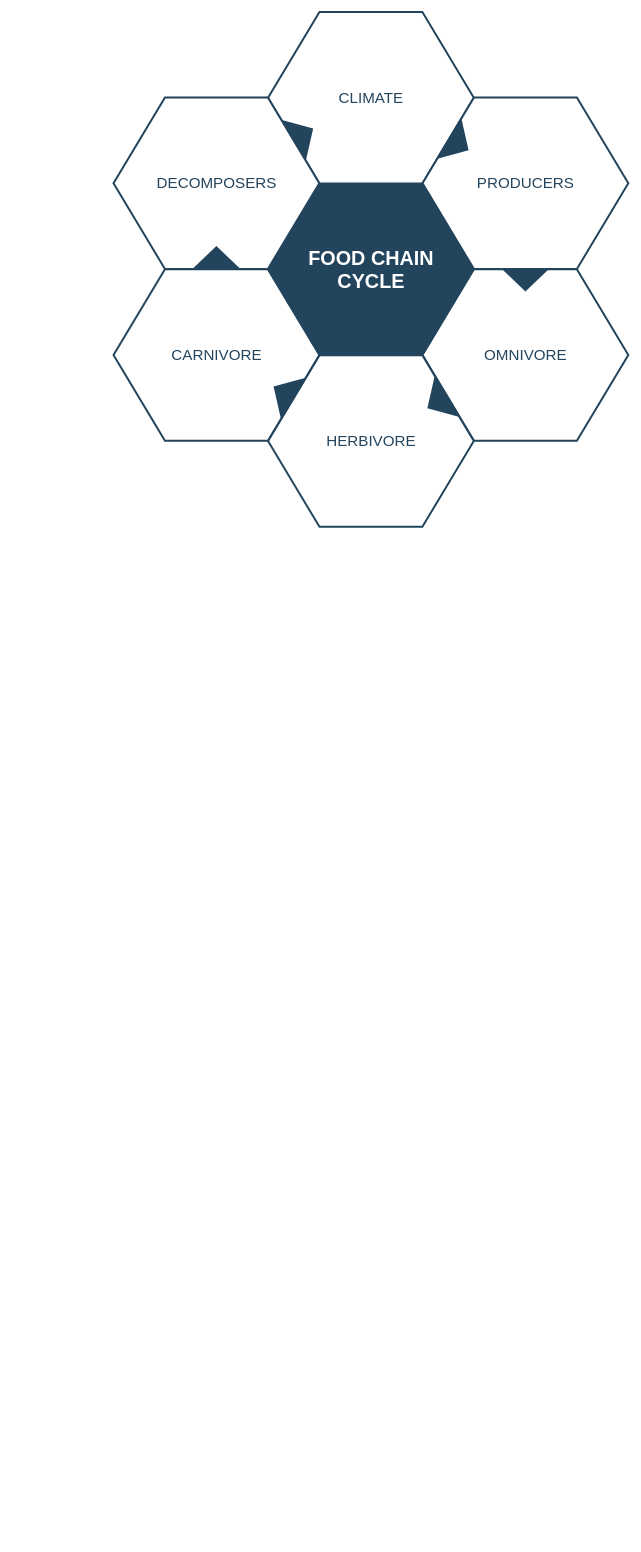
mumu-code/Spring2022_HITCS_SC_Lab2 keeps this draw.io diagram as 未命名绘图.drawio. Above is the earlier version. Source tidied: cells renumbered, new cells numbered last; positions are measured from the earlier drawing's top-left corner, leaving out a move shared by most shapes. Both pictures are drawn from the tidied source at 66%, with x=0, y=0 at pixel (113, 12).
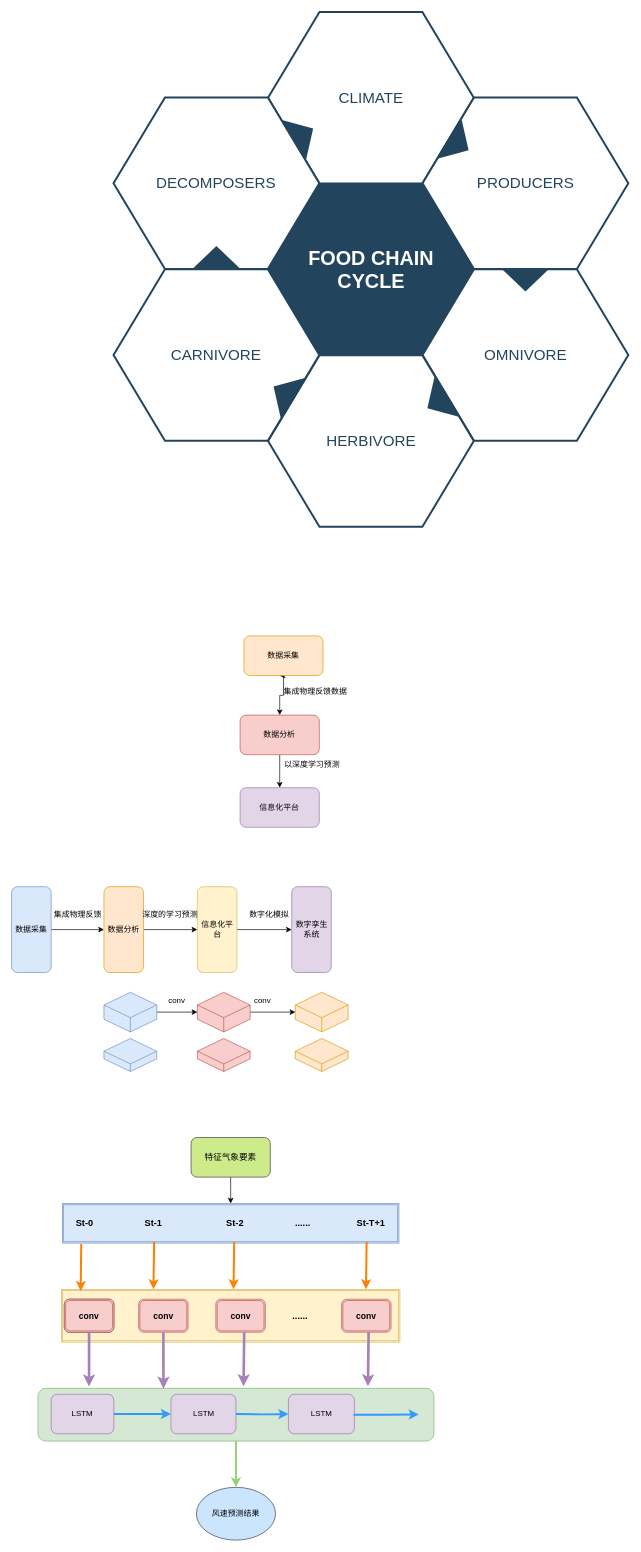
The same diagram, later.

What changed in the source:
```diff
@@
+    <mxCell id="16" style="edgeStyle=orthogonalEdgeStyle;rounded=0;jettySize=auto;html=1;" parent="1" edge="1" source="18" target="20">
+      <mxGeometry relative="1" as="geometry" />
+    </mxCell>
+    <mxCell id="17" style="edgeStyle=orthogonalEdgeStyle;rounded=0;jettySize=auto;html=1;exitX=0.5;exitY=1;exitDx=0;exitDy=0;" parent="1" edge="1" source="18">
+      <mxGeometry relative="1" as="geometry">
+        <mxPoint x="252" y="1005" as="targetPoint" />
+      </mxGeometry>
+    </mxCell>
+    <mxCell id="18" value="数据采集" style="rounded=1;whiteSpace=wrap;html=1;fillColor=#ffe6cc;strokeColor=#d79b00;" parent="1" vertex="1">
+      <mxGeometry x="198" y="945" width="120" height="60" as="geometry" />
+    </mxCell>
+    <mxCell id="19" style="edgeStyle=orthogonalEdgeStyle;rounded=0;jettySize=auto;html=1;" parent="1" edge="1" source="20" target="21">
+      <mxGeometry relative="1" as="geometry" />
+    </mxCell>
+    <mxCell id="20" value="数据分析" style="rounded=1;whiteSpace=wrap;html=1;fillColor=#f8cecc;strokeColor=#b85450;" parent="1" vertex="1">
+      <mxGeometry x="192.3" y="1065" width="120" height="60" as="geometry" />
+    </mxCell>
+    <mxCell id="21" value="信息化平台" style="rounded=1;whiteSpace=wrap;html=1;fillColor=#e1d5e7;strokeColor=#9673a6;" parent="1" vertex="1">
+      <mxGeometry x="192.3" y="1175" width="120" height="60" as="geometry" />
+    </mxCell>
+    <mxCell id="22" value="集成物理反馈数据" style="text;html=1;align=center;verticalAlign=middle;strokeColor=none;fillColor=none;" parent="1" vertex="1">
+      <mxGeometry x="246" y="1015" width="120" height="30" as="geometry" />
+    </mxCell>
+    <mxCell id="23" value="以深度学习预测" style="text;html=1;align=center;verticalAlign=middle;strokeColor=none;fillColor=none;" parent="1" vertex="1">
+      <mxGeometry x="246" y="1125" width="110" height="30" as="geometry" />
+    </mxCell>
+    <mxCell id="24" style="edgeStyle=orthogonalEdgeStyle;rounded=0;jettySize=auto;html=1;" parent="1" edge="1" source="25" target="27">
+      <mxGeometry relative="1" as="geometry" />
+    </mxCell>
+    <mxCell id="25" value="数据采集" style="rounded=1;whiteSpace=wrap;html=1;fillColor=#dae8fc;strokeColor=#6c8ebf;" parent="1" vertex="1">
+      <mxGeometry x="-154" y="1325" width="60" height="130" as="geometry" />
+    </mxCell>
+    <mxCell id="26" style="edgeStyle=orthogonalEdgeStyle;rounded=0;jettySize=auto;html=1;" parent="1" edge="1" source="27" target="29">
+      <mxGeometry relative="1" as="geometry" />
+    </mxCell>
+    <mxCell id="27" value="数据分析" style="rounded=1;whiteSpace=wrap;html=1;fillColor=#ffe6cc;strokeColor=#d79b00;" parent="1" vertex="1">
+      <mxGeometry x="-14" y="1325" width="60" height="130" as="geometry" />
+    </mxCell>
+    <mxCell id="28" style="edgeStyle=orthogonalEdgeStyle;rounded=0;jettySize=auto;html=1;" parent="1" edge="1" source="29" target="30">
+      <mxGeometry relative="1" as="geometry" />
+    </mxCell>
+    <mxCell id="29" value="信息化平台" style="rounded=1;whiteSpace=wrap;html=1;fillColor=#fff2cc;strokeColor=#d6b656;" parent="1" vertex="1">
+      <mxGeometry x="127.5" y="1325" width="60" height="130" as="geometry" />
+    </mxCell>
+    <mxCell id="30" value="数字孪生系统" style="rounded=1;whiteSpace=wrap;html=1;fillColor=#e1d5e7;strokeColor=#9673a6;" parent="1" vertex="1">
+      <mxGeometry x="270.5" y="1325" width="60" height="130" as="geometry" />
+    </mxCell>
+    <mxCell id="31" value="集成物理反馈" style="text;html=1;align=center;verticalAlign=middle;strokeColor=none;fillColor=none;" parent="1" vertex="1">
+      <mxGeometry x="-104" y="1353" width="100" height="30" as="geometry" />
+    </mxCell>
+    <mxCell id="32" value="深度的学习预测" style="text;html=1;align=center;verticalAlign=middle;strokeColor=none;fillColor=none;" parent="1" vertex="1">
+      <mxGeometry x="31" y="1353" width="110" height="30" as="geometry" />
+    </mxCell>
+    <mxCell id="33" value="数字化模拟" style="text;html=1;align=center;verticalAlign=middle;strokeColor=none;fillColor=none;" parent="1" vertex="1">
+      <mxGeometry x="196" y="1353" width="80" height="30" as="geometry" />
+    </mxCell>
+    <mxCell id="34" style="edgeStyle=orthogonalEdgeStyle;rounded=0;jettySize=auto;html=1;" parent="1" edge="1" source="35" target="38">
+      <mxGeometry relative="1" as="geometry" />
+    </mxCell>
+    <mxCell id="35" style="html=1;whiteSpace=wrap;shape=isoCube2;backgroundOutline=1;isoAngle=15;fillColor=#dae8fc;strokeColor=#6c8ebf;" parent="1" vertex="1">
+      <mxGeometry x="-14" y="1485" width="80" height="60" as="geometry" />
+    </mxCell>
+    <mxCell id="36" style="html=1;whiteSpace=wrap;shape=isoCube2;backgroundOutline=1;isoAngle=15;fillColor=#dae8fc;strokeColor=#6c8ebf;" parent="1" vertex="1">
+      <mxGeometry x="-14" y="1555" width="80" height="50" as="geometry" />
+    </mxCell>
+    <mxCell id="37" style="edgeStyle=orthogonalEdgeStyle;rounded=0;jettySize=auto;html=1;" parent="1" edge="1" source="38" target="40">
+      <mxGeometry relative="1" as="geometry" />
+    </mxCell>
+    <mxCell id="38" style="html=1;whiteSpace=wrap;shape=isoCube2;backgroundOutline=1;isoAngle=15;fillColor=#f8cecc;strokeColor=#b85450;" parent="1" vertex="1">
+      <mxGeometry x="127.5" y="1485" width="80" height="60" as="geometry" />
+    </mxCell>
+    <mxCell id="39" style="html=1;whiteSpace=wrap;shape=isoCube2;backgroundOutline=1;isoAngle=15;fillColor=#f8cecc;strokeColor=#b85450;" parent="1" vertex="1">
+      <mxGeometry x="127.5" y="1555" width="80" height="50" as="geometry" />
+    </mxCell>
+    <mxCell id="40" style="html=1;whiteSpace=wrap;shape=isoCube2;backgroundOutline=1;isoAngle=15;fillColor=#ffe6cc;strokeColor=#d79b00;" parent="1" vertex="1">
+      <mxGeometry x="276" y="1485" width="80" height="60" as="geometry" />
+    </mxCell>
+    <mxCell id="41" style="html=1;whiteSpace=wrap;shape=isoCube2;backgroundOutline=1;isoAngle=15;fillColor=#ffe6cc;strokeColor=#d79b00;" parent="1" vertex="1">
+      <mxGeometry x="276" y="1555" width="80" height="50" as="geometry" />
+    </mxCell>
+    <mxCell id="42" value="conv" style="text;html=1;align=center;verticalAlign=middle;strokeColor=none;fillColor=none;" parent="1" vertex="1">
+      <mxGeometry x="71" y="1483" width="50" height="30" as="geometry" />
+    </mxCell>
+    <mxCell id="43" value="conv" style="text;html=1;align=center;verticalAlign=middle;strokeColor=none;fillColor=none;" parent="1" vertex="1">
+      <mxGeometry x="201" y="1483" width="50" height="30" as="geometry" />
+    </mxCell>
+    <mxCell id="44" value="&lt;font style=&quot;font-size: 14px;&quot;&gt;&lt;b&gt;St-0&amp;nbsp; &amp;nbsp; &amp;nbsp; &amp;nbsp; &amp;nbsp; &amp;nbsp; &amp;nbsp; &amp;nbsp; &amp;nbsp; &amp;nbsp; St-1&amp;nbsp; &amp;nbsp; &amp;nbsp; &amp;nbsp; &amp;nbsp; &amp;nbsp; &amp;nbsp; &amp;nbsp; &amp;nbsp; &amp;nbsp; &amp;nbsp; &amp;nbsp; &amp;nbsp;St-2&amp;nbsp; &amp;nbsp; &amp;nbsp; &amp;nbsp; &amp;nbsp; &amp;nbsp; &amp;nbsp; &amp;nbsp; &amp;nbsp; &amp;nbsp; ......&amp;nbsp; &amp;nbsp; &amp;nbsp; &amp;nbsp; &amp;nbsp; &amp;nbsp; &amp;nbsp; &amp;nbsp; &amp;nbsp; St-T+1&lt;/b&gt;&lt;/font&gt;" style="shape=ext;double=1;rounded=0;whiteSpace=wrap;html=1;fillColor=#dae8fc;strokeColor=#6c8ebf;" parent="1" vertex="1">
+      <mxGeometry x="-77" y="1805" width="510" height="60" as="geometry" />
+    </mxCell>
+    <mxCell id="45" style="shape=ext;double=1;rounded=0;whiteSpace=wrap;html=1;fillColor=#fff2cc;strokeColor=#d6b656;" parent="1" vertex="1">
+      <mxGeometry x="-78.5" y="1935" width="513" height="80" as="geometry" />
+    </mxCell>
+    <mxCell id="46" style="shape=ext;double=1;rounded=1;whiteSpace=wrap;html=1;" parent="1" vertex="1">
+      <mxGeometry x="-74" y="1950" width="75" height="50" as="geometry" />
+    </mxCell>
+    <mxCell id="47" value="&lt;b&gt;&lt;font style=&quot;font-size: 13px;&quot;&gt;conv&lt;/font&gt;&lt;/b&gt;" style="shape=ext;double=1;rounded=1;whiteSpace=wrap;html=1;fillColor=#f8cecc;strokeColor=#b85450;" parent="1" vertex="1">
+      <mxGeometry x="-74" y="1950" width="75" height="50" as="geometry" />
+    </mxCell>
+    <mxCell id="48" value="&lt;b&gt;&lt;font style=&quot;font-size: 14px;&quot;&gt;......&lt;/font&gt;&lt;/b&gt;" style="shape=ext;double=1;rounded=1;whiteSpace=wrap;html=1;fillColor=#fff2cc;strokeColor=#FFF2CCC;" parent="1" vertex="1">
+      <mxGeometry x="245.5" y="1950" width="75" height="50" as="geometry" />
+    </mxCell>
+    <mxCell id="49" value="&lt;b&gt;&lt;font style=&quot;font-size: 13px;&quot;&gt;conv&lt;/font&gt;&lt;/b&gt;" style="shape=ext;double=1;rounded=1;whiteSpace=wrap;html=1;fillColor=#f8cecc;strokeColor=#b85450;" parent="1" vertex="1">
+      <mxGeometry x="38.5" y="1950" width="75" height="50" as="geometry" />
+    </mxCell>
+    <mxCell id="50" value="&lt;b&gt;&lt;font style=&quot;font-size: 13px;&quot;&gt;conv&lt;/font&gt;&lt;/b&gt;" style="shape=ext;double=1;rounded=1;whiteSpace=wrap;html=1;fillColor=#f8cecc;strokeColor=#b85450;" parent="1" vertex="1">
+      <mxGeometry x="155.5" y="1950" width="75" height="50" as="geometry" />
+    </mxCell>
+    <mxCell id="51" value="&lt;b&gt;&lt;font style=&quot;font-size: 13px;&quot;&gt;conv&lt;/font&gt;&lt;/b&gt;" style="shape=ext;double=1;rounded=1;whiteSpace=wrap;html=1;fillColor=#f8cecc;strokeColor=#b85450;" parent="1" vertex="1">
+      <mxGeometry x="346" y="1950" width="75" height="50" as="geometry" />
+    </mxCell>
+    <mxCell id="52" style="endArrow=classic;html=1;rounded=0;exitX=0.056;exitY=1.023;exitDx=0;exitDy=0;exitPerimeter=0;entryX=0.057;entryY=0.032;entryDx=0;entryDy=0;entryPerimeter=0;strokeColor=#FF8000;strokeWidth=3;" parent="1" edge="1" source="44" target="45">
+      <mxGeometry relative="1" as="geometry" />
+    </mxCell>
+    <mxCell id="53" style="endArrow=classic;html=1;rounded=0;exitX=0.056;exitY=1.023;exitDx=0;exitDy=0;exitPerimeter=0;entryX=0.057;entryY=0.032;entryDx=0;entryDy=0;entryPerimeter=0;strokeColor=#FF8000;strokeWidth=3;" parent="1" edge="1">
+      <mxGeometry relative="1" as="geometry">
+        <mxPoint x="62" y="1863" as="sourcePoint" />
+        <mxPoint x="61" y="1935" as="targetPoint" />
+      </mxGeometry>
+    </mxCell>
+    <mxCell id="54" style="endArrow=classic;html=1;rounded=0;exitX=0.056;exitY=1.023;exitDx=0;exitDy=0;exitPerimeter=0;entryX=0.057;entryY=0.032;entryDx=0;entryDy=0;entryPerimeter=0;strokeColor=#FF8000;strokeWidth=3;" parent="1" edge="1">
+      <mxGeometry relative="1" as="geometry">
+        <mxPoint x="183.3" y="1863" as="sourcePoint" />
+        <mxPoint x="182.3" y="1935" as="targetPoint" />
+      </mxGeometry>
+    </mxCell>
+    <mxCell id="55" style="endArrow=classic;html=1;rounded=0;exitX=0.056;exitY=1.023;exitDx=0;exitDy=0;exitPerimeter=0;entryX=0.057;entryY=0.032;entryDx=0;entryDy=0;entryPerimeter=0;strokeColor=#FF8000;strokeWidth=3;" parent="1" edge="1">
+      <mxGeometry relative="1" as="geometry">
+        <mxPoint x="384" y="1863" as="sourcePoint" />
+        <mxPoint x="383" y="1935" as="targetPoint" />
+      </mxGeometry>
+    </mxCell>
+    <mxCell id="56" style="edgeStyle=orthogonalEdgeStyle;rounded=0;jettySize=auto;html=1;strokeColor=#97D077;strokeWidth=3;" parent="1" edge="1" source="57" target="68">
+      <mxGeometry relative="1" as="geometry" />
+    </mxCell>
+    <mxCell id="57" style="rounded=1;whiteSpace=wrap;html=1;fillColor=#d5e8d4;strokeColor=#82b366;" parent="1" vertex="1">
+      <mxGeometry x="-114" y="2085" width="600" height="80" as="geometry" />
+    </mxCell>
+    <mxCell id="58" style="edgeStyle=orthogonalEdgeStyle;rounded=0;jettySize=auto;html=1;strokeColor=#3399FF;strokeWidth=3;" parent="1" edge="1" source="59" target="60">
+      <mxGeometry relative="1" as="geometry" />
+    </mxCell>
+    <mxCell id="59" value="LSTM" style="rounded=1;whiteSpace=wrap;html=1;fillColor=#e1d5e7;strokeColor=#9673a6;" parent="1" vertex="1">
+      <mxGeometry x="-94" y="2094" width="95" height="60" as="geometry" />
+    </mxCell>
+    <mxCell id="60" value="LSTM" style="rounded=1;whiteSpace=wrap;html=1;fillColor=#e1d5e7;strokeColor=#9673a6;" parent="1" vertex="1">
+      <mxGeometry x="87.5" y="2094" width="98.5" height="60" as="geometry" />
+    </mxCell>
+    <mxCell id="61" value="LSTM" style="rounded=1;whiteSpace=wrap;html=1;fillColor=#e1d5e7;strokeColor=#9673a6;" parent="1" vertex="1">
+      <mxGeometry x="265.5" y="2094" width="100" height="60" as="geometry" />
+    </mxCell>
+    <mxCell id="62" style="edgeStyle=orthogonalEdgeStyle;rounded=0;jettySize=auto;html=1;strokeColor=#3399FF;strokeWidth=3;entryX=0;entryY=0.5;entryDx=0;entryDy=0;" parent="1" edge="1" target="61">
+      <mxGeometry relative="1" as="geometry">
+        <mxPoint x="186" y="2124" as="sourcePoint" />
+      </mxGeometry>
+    </mxCell>
+    <mxCell id="63" style="edgeStyle=orthogonalEdgeStyle;rounded=0;jettySize=auto;html=1;strokeColor=#3399FF;strokeWidth=3;exitX=1;exitY=0.5;exitDx=0;exitDy=0;" parent="1" edge="1" source="61">
+      <mxGeometry relative="1" as="geometry">
+        <mxPoint x="463" y="2124.5" as="targetPoint" />
+        <Array as="points">
+          <mxPoint x="414" y="2125" />
+          <mxPoint x="414" y="2125" />
+        </Array>
+      </mxGeometry>
+    </mxCell>
+    <mxCell id="64" style="endArrow=classic;html=1;rounded=0;exitX=0.5;exitY=1;exitDx=0;exitDy=0;strokeColor=#A680B8;strokeWidth=4;entryX=0.129;entryY=-0.033;entryDx=0;entryDy=0;entryPerimeter=0;" parent="1" edge="1" source="47" target="57">
+      <mxGeometry relative="1" as="geometry" />
+    </mxCell>
+    <mxCell id="65" style="endArrow=classic;html=1;rounded=0;exitX=0.5;exitY=1;exitDx=0;exitDy=0;strokeColor=#A680B8;strokeWidth=4;entryX=0.317;entryY=0.007;entryDx=0;entryDy=0;entryPerimeter=0;" parent="1" edge="1" source="49" target="57">
+      <mxGeometry relative="1" as="geometry" />
+    </mxCell>
+    <mxCell id="66" style="endArrow=classic;html=1;rounded=0;exitX=0.5;exitY=1;exitDx=0;exitDy=0;strokeColor=#A680B8;strokeWidth=4;entryX=0.129;entryY=-0.033;entryDx=0;entryDy=0;entryPerimeter=0;" parent="1" edge="1">
+      <mxGeometry relative="1" as="geometry">
+        <mxPoint x="198.5" y="2000" as="sourcePoint" />
+        <mxPoint x="197.5" y="2082" as="targetPoint" />
+      </mxGeometry>
+    </mxCell>
+    <mxCell id="67" style="endArrow=classic;html=1;rounded=0;exitX=0.5;exitY=1;exitDx=0;exitDy=0;strokeColor=#A680B8;strokeWidth=4;entryX=0.129;entryY=-0.033;entryDx=0;entryDy=0;entryPerimeter=0;" parent="1" edge="1">
+      <mxGeometry relative="1" as="geometry">
+        <mxPoint x="387" y="2000" as="sourcePoint" />
+        <mxPoint x="386" y="2082" as="targetPoint" />
+      </mxGeometry>
+    </mxCell>
+    <mxCell id="68" value="风速预测结果" style="ellipse;whiteSpace=wrap;html=1;fillColor=#cce5ff;strokeColor=#36393d;" parent="1" vertex="1">
+      <mxGeometry x="126" y="2235" width="120" height="80" as="geometry" />
+    </mxCell>
+    <mxCell id="69" style="edgeStyle=orthogonalEdgeStyle;rounded=0;jettySize=auto;html=1;" parent="1" edge="1" source="70" target="44">
+      <mxGeometry relative="1" as="geometry" />
+    </mxCell>
+    <mxCell id="70" value="&lt;font style=&quot;font-size: 13px;&quot;&gt;特征气象要素&lt;/font&gt;" style="rounded=1;whiteSpace=wrap;html=1;fillColor=#cdeb8b;strokeColor=#36393d;" parent="1" vertex="1">
+      <mxGeometry x="118" y="1705" width="120" height="60" as="geometry" />
+    </mxCell>
```
